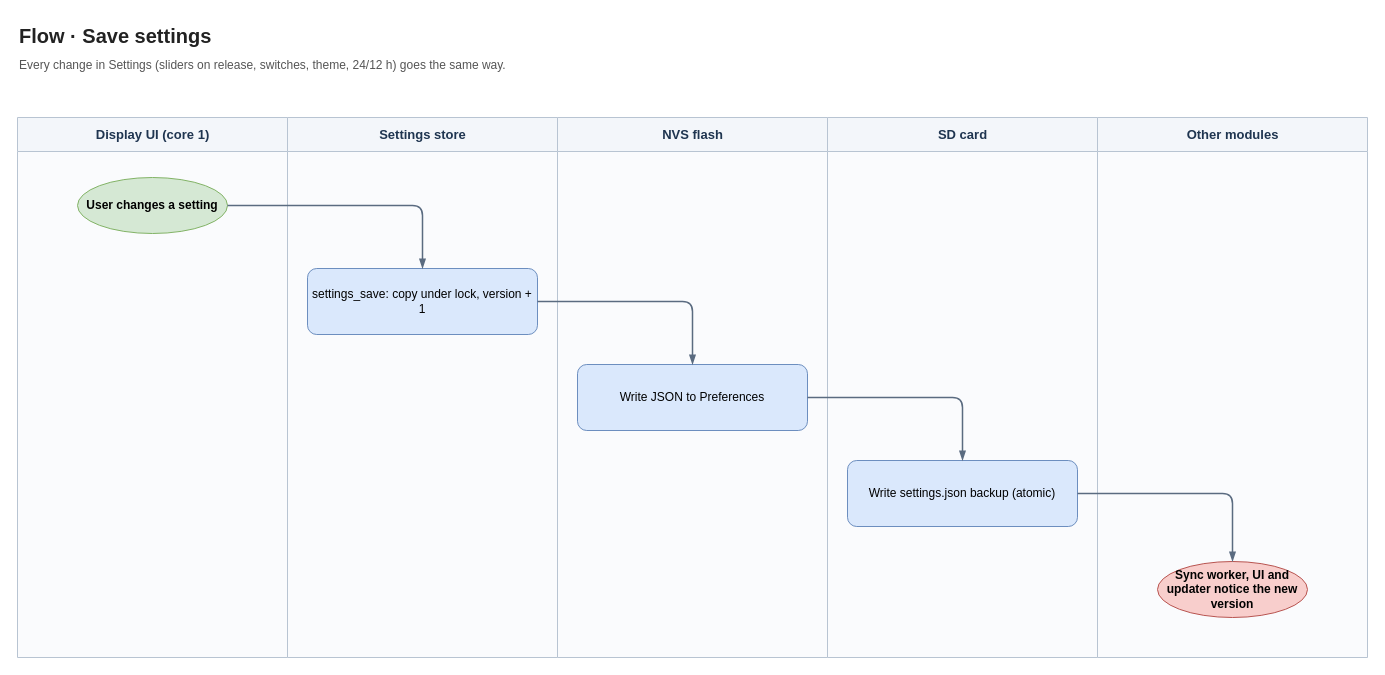
The draw.io diagram page "Flow · Save settings" (16 of 37) of docs/architecture.drawio in LimitlessA/ESP32-Display-Calendar-and-To-Do, before the edit. Source tidied: cells renumbered, new cells numbered last; positions are measured from the earlier drawing's top-left corner, leaving out a move shared by most shapes. Both pictures are drawn from the tidied source at 100%, with x=0, y=0 at pixel (17, 17).
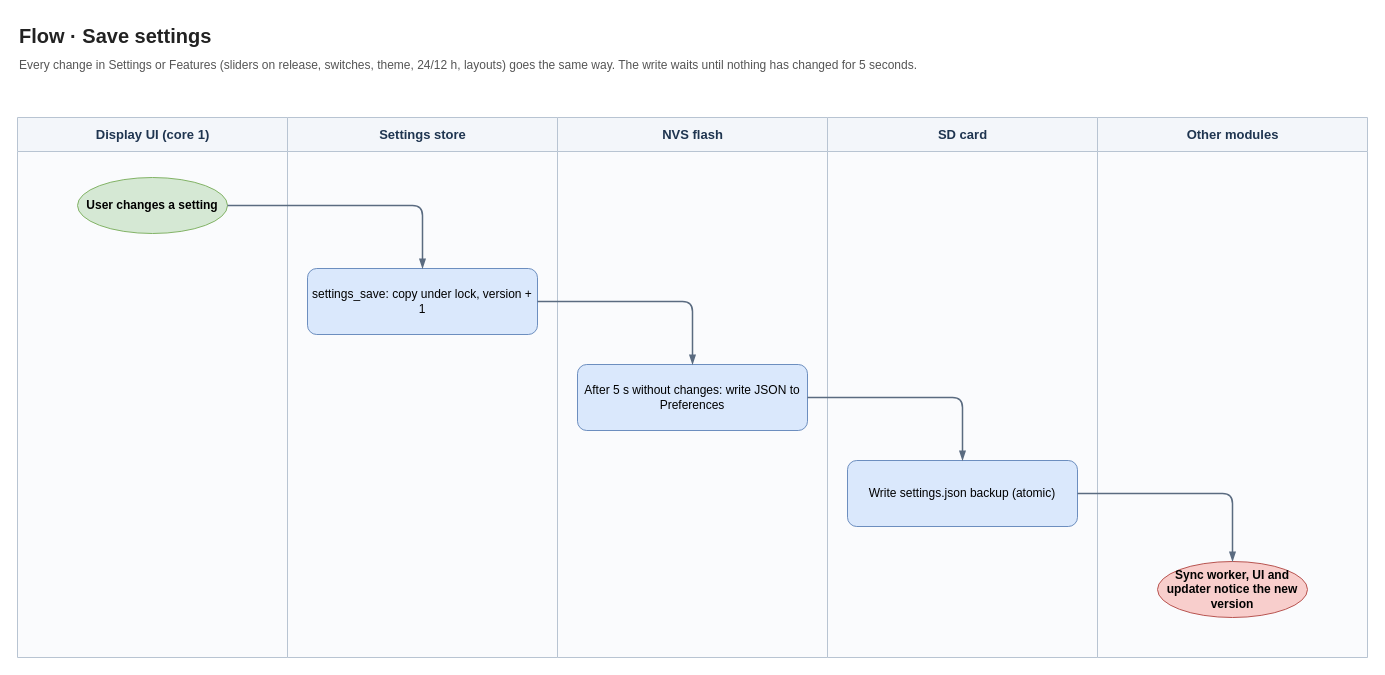
Above is the later version.

The edit, as a diff of the source:
```diff
@@
 <mxGraphModel>
   <root>
     <mxCell id="0" />
     <mxCell id="1" parent="0" />
     <mxCell id="2" value="&lt;b&gt;Flow · Save settings&lt;/b&gt;" style="text;html=1;align=left;verticalAlign=top;fontSize=20;fontStyle=1;fontColor=#222222;" parent="1" vertex="1">
       <mxGeometry width="1200" height="34" as="geometry" />
     </mxCell>
-    <mxCell id="3" value="Every change in Settings (sliders on release, switches, theme, 24/12 h) goes the same way." style="text;html=1;align=left;verticalAlign=top;fontSize=12;fontColor=#555555;whiteSpace=wrap;" parent="1" vertex="1">
+    <mxCell id="3" value="Every change in Settings or Features (sliders on release, switches, theme, 24/12 h, layouts) goes the same way. The write waits until nothing has changed for 5 seconds." style="text;html=1;align=left;verticalAlign=top;fontSize=12;fontColor=#555555;whiteSpace=wrap;" parent="1" vertex="1">
       <mxGeometry y="34" width="1300" height="40" as="geometry" />
     </mxCell>
     <mxCell id="4" value="Display UI (core 1)" style="swimlane;startSize=34;horizontal=1;html=1;fillColor=#F3F6FA;strokeColor=#B8C4D2;fontStyle=1;fontSize=13;fontColor=#1F3550;swimlaneFillColor=#FAFBFD;" parent="1" vertex="1">
       <mxGeometry y="100" width="270" height="540" as="geometry" />
     </mxCell>
     <mxCell id="5" value="Settings store" style="swimlane;startSize=34;horizontal=1;html=1;fillColor=#F3F6FA;strokeColor=#B8C4D2;fontStyle=1;fontSize=13;fontColor=#1F3550;swimlaneFillColor=#FAFBFD;" parent="1" vertex="1">
       <mxGeometry x="270" y="100" width="270" height="540" as="geometry" />
     </mxCell>
     <mxCell id="6" value="NVS flash" style="swimlane;startSize=34;horizontal=1;html=1;fillColor=#F3F6FA;strokeColor=#B8C4D2;fontStyle=1;fontSize=13;fontColor=#1F3550;swimlaneFillColor=#FAFBFD;" parent="1" vertex="1">
       <mxGeometry x="540" y="100" width="270" height="540" as="geometry" />
     </mxCell>
     <mxCell id="7" value="SD card" style="swimlane;startSize=34;horizontal=1;html=1;fillColor=#F3F6FA;strokeColor=#B8C4D2;fontStyle=1;fontSize=13;fontColor=#1F3550;swimlaneFillColor=#FAFBFD;" parent="1" vertex="1">
       <mxGeometry x="810" y="100" width="270" height="540" as="geometry" />
     </mxCell>
     <mxCell id="8" value="Other modules" style="swimlane;startSize=34;horizontal=1;html=1;fillColor=#F3F6FA;strokeColor=#B8C4D2;fontStyle=1;fontSize=13;fontColor=#1F3550;swimlaneFillColor=#FAFBFD;" parent="1" vertex="1">
       <mxGeometry x="1080" y="100" width="270" height="540" as="geometry" />
     </mxCell>
     <mxCell id="9" value="User changes a setting" style="ellipse;whiteSpace=wrap;html=1;fillColor=#D5E8D4;strokeColor=#82B366;fontSize=12;fontStyle=1;" parent="1" vertex="1">
       <mxGeometry x="60" y="160" width="150" height="56" as="geometry" />
     </mxCell>
     <mxCell id="10" value="settings_save: copy under lock, version + 1" style="rounded=1;arcSize=14;whiteSpace=wrap;html=1;fillColor=#DAE8FC;strokeColor=#6C8EBF;fontSize=12;" parent="1" vertex="1">
       <mxGeometry x="290" y="251" width="230" height="66" as="geometry" />
     </mxCell>
-    <mxCell id="11" value="Write JSON to Preferences" style="rounded=1;arcSize=14;whiteSpace=wrap;html=1;fillColor=#DAE8FC;strokeColor=#6C8EBF;fontSize=12;" parent="1" vertex="1">
+    <mxCell id="11" value="After 5 s without changes: write JSON to Preferences" style="rounded=1;arcSize=14;whiteSpace=wrap;html=1;fillColor=#DAE8FC;strokeColor=#6C8EBF;fontSize=12;" parent="1" vertex="1">
       <mxGeometry x="560" y="347" width="230" height="66" as="geometry" />
     </mxCell>
     <mxCell id="12" value="Write settings.json backup (atomic)" style="rounded=1;arcSize=14;whiteSpace=wrap;html=1;fillColor=#DAE8FC;strokeColor=#6C8EBF;fontSize=12;" parent="1" vertex="1">
       <mxGeometry x="830" y="443" width="230" height="66" as="geometry" />
     </mxCell>
     <mxCell id="13" value="Sync worker, UI and updater notice the new version" style="ellipse;whiteSpace=wrap;html=1;fillColor=#F8CECC;strokeColor=#B85450;fontSize=12;fontStyle=1;" parent="1" vertex="1">
       <mxGeometry x="1140" y="544" width="150" height="56" as="geometry" />
     </mxCell>
     <mxCell id="14" style="endArrow=blockThin;endFill=1;html=1;rounded=1;edgeStyle=orthogonalEdgeStyle;strokeColor=#5A6B80;strokeWidth=1.5;fontSize=11;fontColor=#333333;labelBackgroundColor=#FFFFFF;" parent="1" edge="1" source="9" target="10">
       <mxGeometry relative="1" as="geometry" />
     </mxCell>
     <mxCell id="15" style="endArrow=blockThin;endFill=1;html=1;rounded=1;edgeStyle=orthogonalEdgeStyle;strokeColor=#5A6B80;strokeWidth=1.5;fontSize=11;fontColor=#333333;labelBackgroundColor=#FFFFFF;" parent="1" edge="1" source="10" target="11">
       <mxGeometry relative="1" as="geometry" />
     </mxCell>
     <mxCell id="16" style="endArrow=blockThin;endFill=1;html=1;rounded=1;edgeStyle=orthogonalEdgeStyle;strokeColor=#5A6B80;strokeWidth=1.5;fontSize=11;fontColor=#333333;labelBackgroundColor=#FFFFFF;" parent="1" edge="1" source="11" target="12">
       <mxGeometry relative="1" as="geometry" />
     </mxCell>
     <mxCell id="17" style="endArrow=blockThin;endFill=1;html=1;rounded=1;edgeStyle=orthogonalEdgeStyle;strokeColor=#5A6B80;strokeWidth=1.5;fontSize=11;fontColor=#333333;labelBackgroundColor=#FFFFFF;" parent="1" edge="1" source="12" target="13">
       <mxGeometry relative="1" as="geometry" />
     </mxCell>
   </root>
 </mxGraphModel>
```
